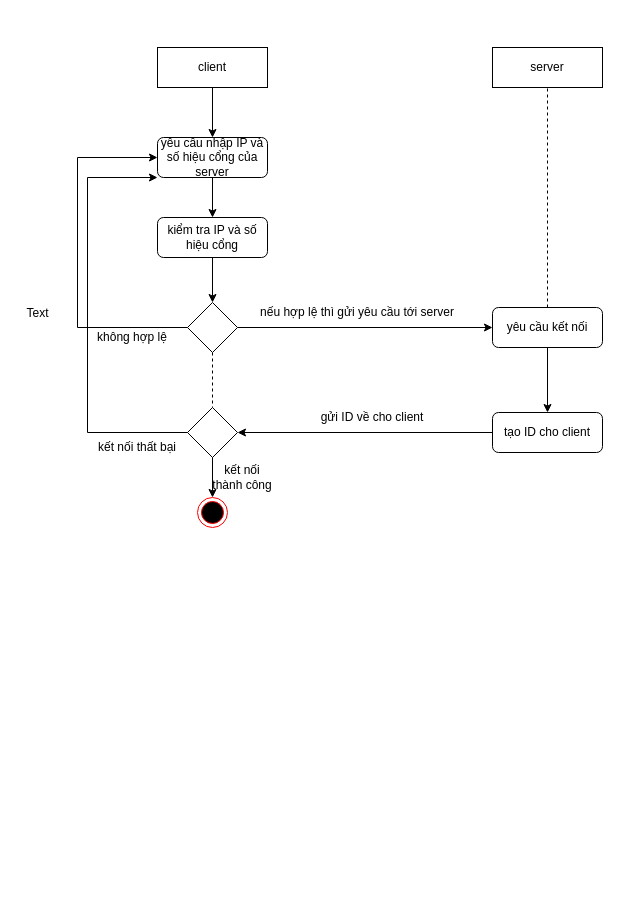
Above: page "Page-3" (3 of 3) of INFO/ltm.drawio in phamhongphuc1999/NetworkPrograming (draw.io), before the change. Source tidied: cells renumbered, new cells numbered last; positions are measured from the earlier drawing's top-left corner, leaving out a move shared by most shapes. Both pictures are drawn from the tidied source at 100%, with x=0, y=0 at pixel (17, 47).
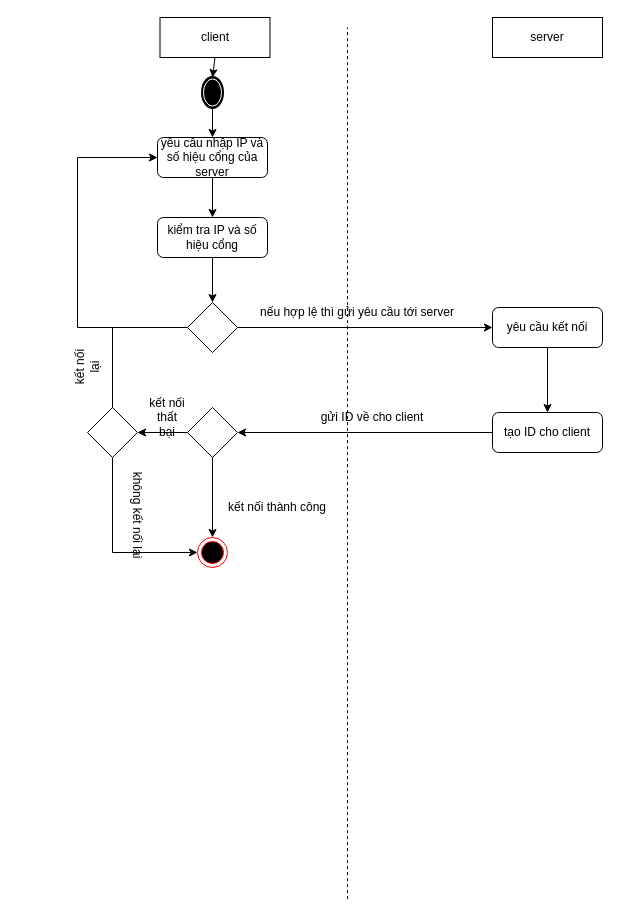
Above is the later version.

Unchanged cells that the change refers to:
```xml
<mxCell id="4" value="yêu cầu nhập IP và số hiệu cổng của server" style="rounded=1;whiteSpace=wrap;html=1;" parent="1" vertex="1">
  <mxGeometry x="140" y="90" width="110" height="40" as="geometry" />
</mxCell>
<mxCell id="6" style="rhombus;whiteSpace=wrap;html=1;" parent="1" vertex="1">
  <mxGeometry x="170" y="255" width="50" height="50" as="geometry" />
</mxCell>
<mxCell id="7" value="yêu cầu kết nối" style="rounded=1;whiteSpace=wrap;html=1;" parent="1" vertex="1">
  <mxGeometry x="475" y="260" width="110" height="40" as="geometry" />
</mxCell>
<mxCell id="9" style="rhombus;whiteSpace=wrap;html=1;" parent="1" vertex="1">
  <mxGeometry x="170" y="360" width="50" height="50" as="geometry" />
</mxCell>
```

Change to the diagram source:
```diff
@@
     <mxCell id="2" value="client" style="rounded=0;whiteSpace=wrap;html=1;" parent="1" vertex="1">
-      <mxGeometry x="140" width="110" height="40" as="geometry" />
+      <mxGeometry x="142.5" y="-30" width="110" height="40" as="geometry" />
     </mxCell>
     <mxCell id="3" value="server" style="rounded=0;whiteSpace=wrap;html=1;" parent="1" vertex="1">
-      <mxGeometry x="475" width="110" height="40" as="geometry" />
+      <mxGeometry x="475" y="-30" width="110" height="40" as="geometry" />
     </mxCell>
@@
-    <mxCell id="10" style="endArrow=classic;html=1;exitX=0.5;exitY=1;exitDx=0;exitDy=0;entryX=0.5;entryY=0;entryDx=0;entryDy=0;" parent="1" edge="1" source="2" target="4">
-      <mxGeometry relative="1" as="geometry" />
-    </mxCell>
@@
-    <mxCell id="16" value="không hợp lệ" style="text;html=1;strokeColor=none;fillColor=none;align=center;verticalAlign=middle;whiteSpace=wrap;rounded=0;" parent="1" vertex="1">
-      <mxGeometry x="60" y="280" width="110" height="20" as="geometry" />
-    </mxCell>
-    <mxCell id="17" style="endArrow=none;dashed=1;html=1;entryX=0.5;entryY=1;entryDx=0;entryDy=0;exitX=0.5;exitY=0;exitDx=0;exitDy=0;" parent="1" edge="1" source="7" target="3">
-      <mxGeometry relative="1" as="geometry" />
-    </mxCell>
@@
     <mxCell id="21" style="ellipse;html=1;shape=endState;fillColor=#000000;strokeColor=#ff0000;" parent="1" vertex="1">
-      <mxGeometry x="180" y="450" width="30" height="30" as="geometry" />
+      <mxGeometry x="180" y="490" width="30" height="30" as="geometry" />
     </mxCell>
@@
-    <mxCell id="24" style="endArrow=classic;html=1;rounded=0;exitX=0;exitY=0.5;exitDx=0;exitDy=0;entryX=0;entryY=1;entryDx=0;entryDy=0;" parent="1" edge="1" source="9" target="4">
-      <mxGeometry relative="1" as="geometry">
-        <Array as="points">
-          <mxPoint x="70" y="385" />
-          <mxPoint x="70" y="130" />
-        </Array>
-      </mxGeometry>
-    </mxCell>
+    <mxCell id="29" style="rhombus;whiteSpace=wrap;html=1;" parent="1" vertex="1">
+      <mxGeometry x="70" y="360" width="50" height="50" as="geometry" />
+    </mxCell>
+    <mxCell id="30" style="endArrow=classic;html=1;fontSize=12;exitX=0;exitY=0.5;exitDx=0;exitDy=0;entryX=1;entryY=0.5;entryDx=0;entryDy=0;" parent="1" edge="1" source="9" target="29">
+      <mxGeometry relative="1" as="geometry" />
+    </mxCell>
+    <mxCell id="31" style="endArrow=classic;html=1;fontSize=12;rounded=0;exitX=0.5;exitY=1;exitDx=0;exitDy=0;entryX=0;entryY=0.5;entryDx=0;entryDy=0;" parent="1" edge="1" source="29" target="21">
+      <mxGeometry relative="1" as="geometry">
+        <Array as="points">
+          <mxPoint x="95" y="505" />
+        </Array>
+      </mxGeometry>
+    </mxCell>
+    <mxCell id="32" style="endArrow=none;html=1;fontSize=12;exitX=0.5;exitY=0;exitDx=0;exitDy=0;" parent="1" edge="1" source="29">
+      <mxGeometry relative="1" as="geometry">
+        <mxPoint x="95" y="280" as="targetPoint" />
+      </mxGeometry>
+    </mxCell>
+    <mxCell id="26" value="kết nối thành công" style="text;html=1;strokeColor=none;fillColor=none;align=center;verticalAlign=middle;whiteSpace=wrap;rounded=0;fontSize=12;" parent="1" vertex="1">
+      <mxGeometry x="200" y="450" width="120" height="20" as="geometry" />
+    </mxCell>
-    <mxCell id="25" value="kết nối thất bại" style="text;html=1;strokeColor=none;fillColor=none;align=center;verticalAlign=middle;whiteSpace=wrap;rounded=0;" parent="1" vertex="1">
-      <mxGeometry x="70" y="390" width="100" height="20" as="geometry" />
+    <mxCell id="25" value="kết nối thất bại" style="text;html=1;strokeColor=none;fillColor=none;align=center;verticalAlign=middle;whiteSpace=wrap;rounded=0;fontSize=12;" parent="1" vertex="1">
+      <mxGeometry x="130" y="360" width="40" height="20" as="geometry" />
     </mxCell>
-    <mxCell id="26" value="kết nối thành công" style="text;html=1;strokeColor=none;fillColor=none;align=center;verticalAlign=middle;whiteSpace=wrap;rounded=0;" parent="1" vertex="1">
-      <mxGeometry x="190" y="420" width="70" height="20" as="geometry" />
-    </mxCell>
-    <mxCell id="27" style="endArrow=none;dashed=1;html=1;exitX=0.5;exitY=1;exitDx=0;exitDy=0;entryX=0.5;entryY=0;entryDx=0;entryDy=0;" parent="1" edge="1" source="6" target="9">
-      <mxGeometry relative="1" as="geometry" />
-    </mxCell>
-    <mxCell id="28" value="Text" style="text;html=1;align=center;verticalAlign=middle;" parent="1" vertex="1">
-      <mxGeometry y="256" width="40" height="20" as="geometry" />
-    </mxCell>
+    <mxCell id="33" value="kết nối lại" style="text;html=1;strokeColor=none;fillColor=none;align=center;verticalAlign=middle;whiteSpace=wrap;rounded=0;fontSize=12;rotation=-90;" parent="1" vertex="1">
+      <mxGeometry x="44.6" y="310" width="50" height="20" as="geometry" />
+    </mxCell>
+    <mxCell id="34" value="không kết nối lại" style="text;html=1;strokeColor=none;fillColor=none;align=center;verticalAlign=middle;whiteSpace=wrap;rounded=0;fontSize=12;rotation=90;" parent="1" vertex="1">
+      <mxGeometry x="62.5" y="457.5" width="115" height="20" as="geometry" />
+    </mxCell>
+    <mxCell id="35" style="endArrow=none;dashed=1;html=1;fontSize=12;" parent="1" edge="1">
+      <mxGeometry relative="1" as="geometry">
+        <mxPoint x="330" y="851.6" as="sourcePoint" />
+        <mxPoint x="330" y="-20" as="targetPoint" />
+      </mxGeometry>
+    </mxCell>
+    <mxCell id="36" style="shape=mxgraph.bpmn.shape;html=1;verticalLabelPosition=bottom;labelBackgroundColor=#ffffff;verticalAlign=top;align=center;perimeter=ellipsePerimeter;outlineConnect=0;outline=end;symbol=terminate;fontSize=12;" parent="1" vertex="1">
+      <mxGeometry x="185" y="30" width="20" height="30" as="geometry" />
+    </mxCell>
+    <mxCell id="37" style="endArrow=classic;html=1;fontSize=12;exitX=0.5;exitY=1;exitDx=0;exitDy=0;entryX=0.5;entryY=0;entryDx=0;entryDy=0;" parent="1" edge="1" source="2" target="36">
+      <mxGeometry relative="1" as="geometry" />
+    </mxCell>
+    <mxCell id="38" style="endArrow=classic;html=1;fontSize=12;exitX=0.5;exitY=1;exitDx=0;exitDy=0;entryX=0.5;entryY=0;entryDx=0;entryDy=0;" parent="1" edge="1" source="36" target="4">
+      <mxGeometry relative="1" as="geometry" />
+    </mxCell>
```
